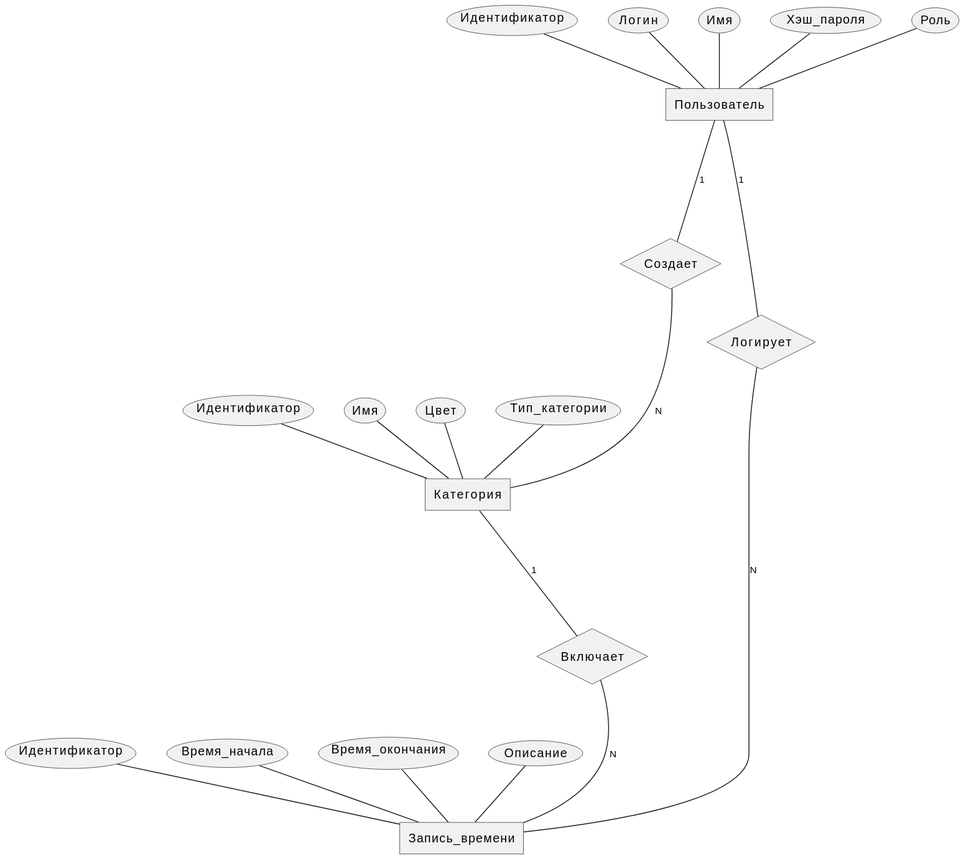
Before: docs/er.svg, a diagram exported from PlantUML (da-fuu/IU7_7sem_Web).
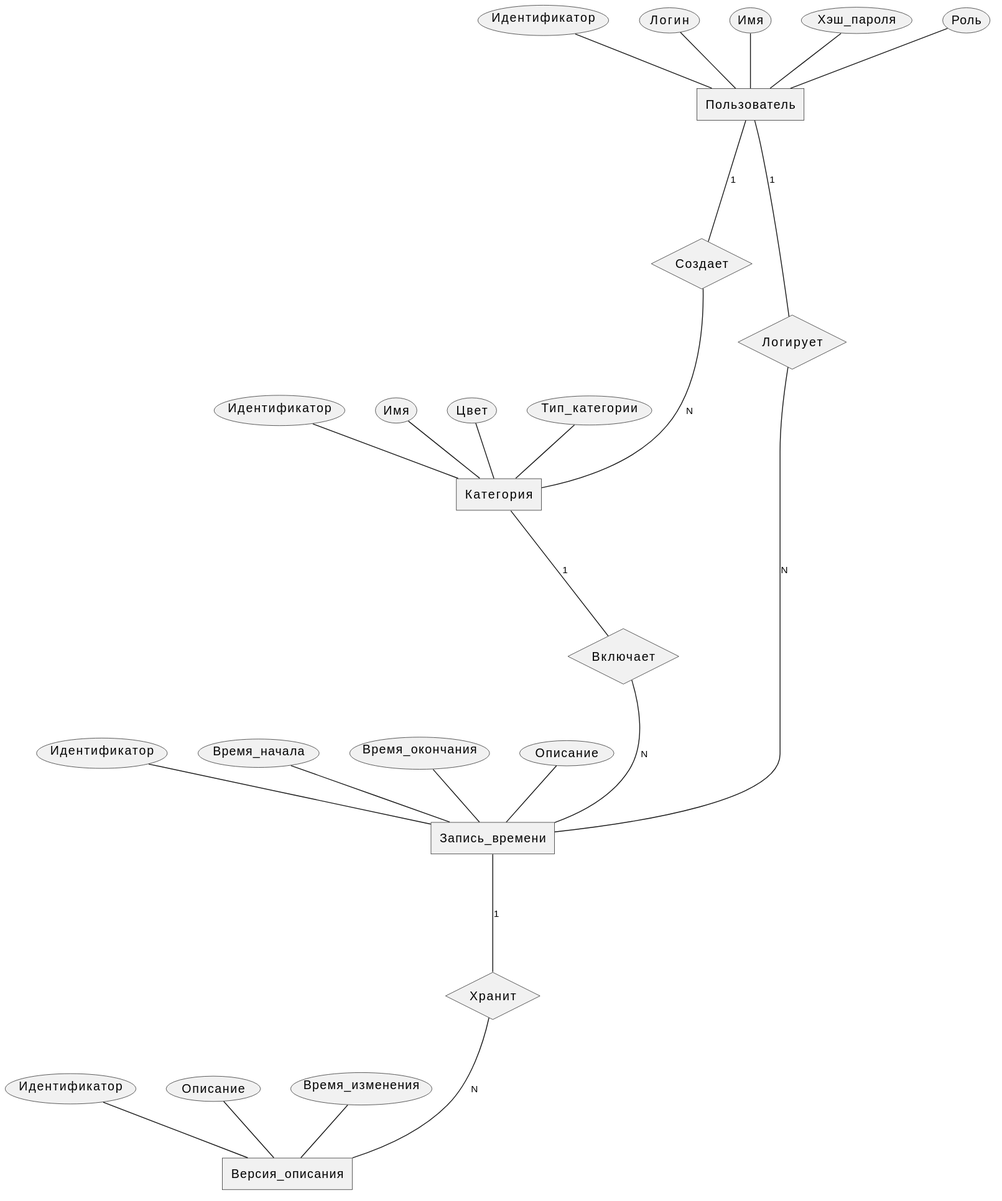
After the change.

Diff of the diagram source:
```diff
@@ -22,6 +22,12 @@
   Описание
 }
 
+entity Версия_описания {
+  Идентификатор
+  Описание
+  Время_изменения
+}
+
 relationship Создает {
 }
 
@@ -29,6 +35,9 @@
 }
 
 relationship Включает {
+}
+
+relationship Хранит {
 }
 
 Пользователь -1- Создает
@@ -40,4 +49,7 @@
 Категория -1- Включает
 Включает -N- Запись_времени
 
+Запись_времени -1- Хранит
+Хранит -N- Версия_описания
+
 @endchen
```
